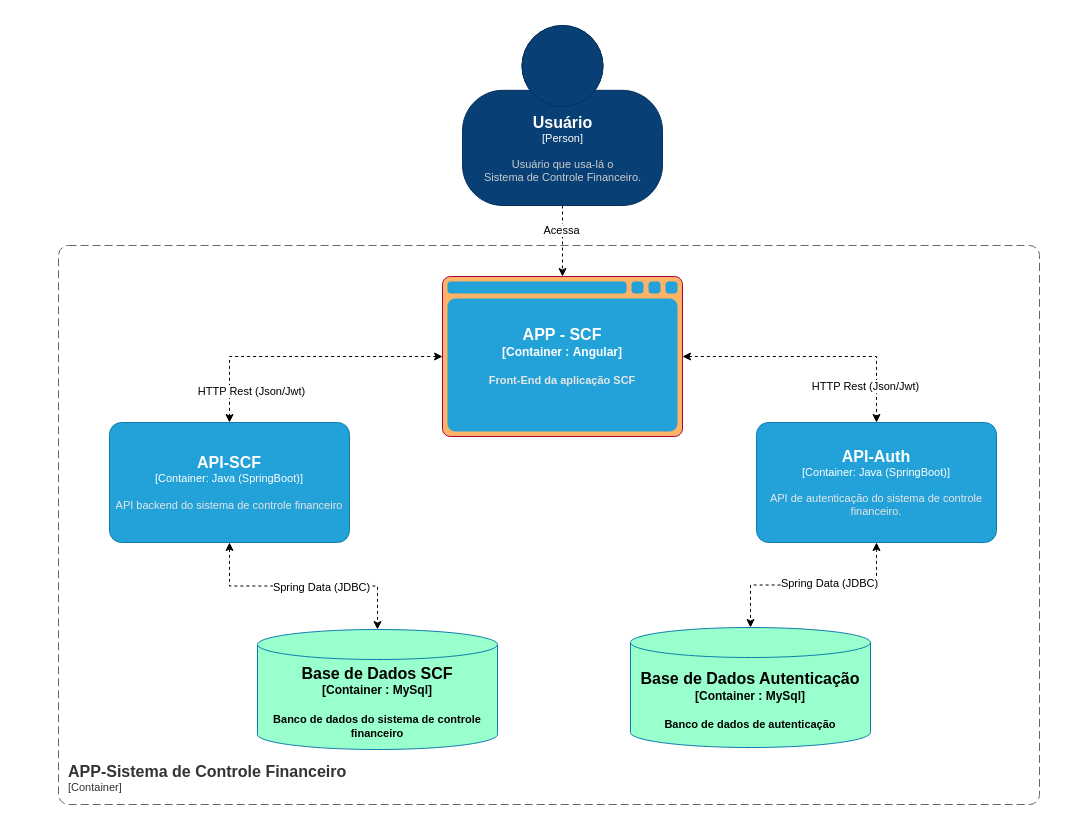
Before: page "Diagrama de Conteiner" (2 of 3) of Arquitetura/Diagramas.drawio in henriquerdq/poc-sistemas-controle-financas, a draw.io diagram. Source tidied: cells renumbered, new cells numbered last; positions are measured from the earlier drawing's top-left corner, leaving out a move shared by most shapes. Both pictures are drawn from the tidied source at 100%, with x=0, y=0 at pixel (58, 25).
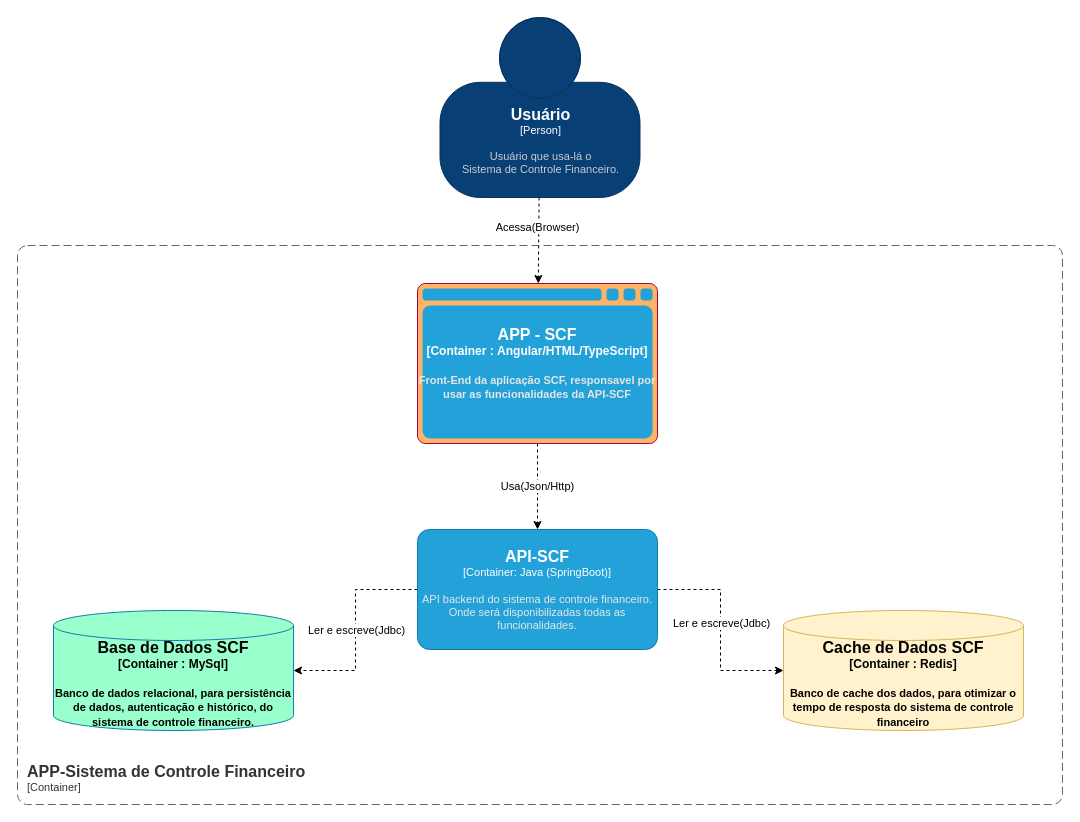
After the change.

Unchanged cells that the change refers to:
```xml
<mxCell id="6" style="rounded=0;jettySize=auto;html=1;dashed=1;fontColor=#000000;" parent="1" edge="1" source="8" target="13">
  <mxGeometry relative="1" as="geometry" />
</mxCell>
```

What changed in the source:
```diff
@@
-    <object id="2" label="&lt;font style=&quot;font-size: 16px&quot;&gt;&lt;b&gt;%c4Type%&lt;/b&gt;&lt;/font&gt;&lt;div&gt;&lt;b&gt;[%c4Container%:&amp;nbsp;%c4Technology%]&lt;/b&gt;&lt;/div&gt;&lt;b&gt;&lt;br&gt;&lt;div&gt;&lt;font style=&quot;font-size: 11px&quot;&gt;&lt;font&gt;%c4Description%&lt;/font&gt;&lt;/font&gt;&lt;/div&gt;&lt;/b&gt;" c4Container="Container " c4Description="Banco de dados do sistema de controle financeiro" c4Technology="MySql" c4Type="Base de Dados SCF" placeholders="1">
+    <object id="2" label="&lt;font style=&quot;font-size: 16px&quot;&gt;&lt;b&gt;%c4Type%&lt;/b&gt;&lt;/font&gt;&lt;div&gt;&lt;b&gt;[%c4Container%:&amp;nbsp;%c4Technology%]&lt;/b&gt;&lt;/div&gt;&lt;b&gt;&lt;br&gt;&lt;div&gt;&lt;font style=&quot;font-size: 11px&quot;&gt;&lt;font&gt;%c4Description%&lt;/font&gt;&lt;/font&gt;&lt;/div&gt;&lt;/b&gt;" c4Container="Container " c4Description="Banco de dados relacional, para persistência de dados, autenticação e histórico, do sistema de controle financeiro." c4Technology="MySql" c4Type="Base de Dados SCF" placeholders="1">
       <mxCell style="shape=cylinder3;size=15;whiteSpace=wrap;html=1;boundedLbl=1;rounded=0;labelBackgroundColor=none;fillColor=#99FFCC;fontSize=12;fontColor=#000000;align=center;strokeColor=#0E7DAD;points=[[0.5,0,0],[1,0.25,0],[1,0.5,0],[1,0.75,0],[0.5,1,0],[0,0.75,0],[0,0.5,0],[0,0.25,0]];" parent="1" vertex="1">
-        <mxGeometry x="199" y="604" width="240" height="120" as="geometry" />
+        <mxGeometry x="-5" y="585" width="240" height="120" as="geometry" />
       </mxCell>
     </object>
+    <mxCell id="19" style="edgeStyle=orthogonalEdgeStyle;rounded=0;jettySize=auto;html=1;dashed=1;" parent="1" edge="1" source="5" target="21">
+      <mxGeometry relative="1" as="geometry" />
+    </mxCell>
-    <mxCell id="3" style="edgeStyle=orthogonalEdgeStyle;rounded=0;jettySize=auto;html=1;dashed=1;fontColor=#000000;startArrow=classic;startFill=1;" parent="1" edge="1" source="5" target="2">
+    <mxCell id="3" style="edgeStyle=orthogonalEdgeStyle;rounded=0;jettySize=auto;html=1;dashed=1;" parent="1" edge="1" source="5" target="2">
       <mxGeometry relative="1" as="geometry" />
     </mxCell>
-    <mxCell id="4" value="Spring Data (JDBC)" style="edgeLabel;html=1;align=center;verticalAlign=middle;fontColor=#000000;" parent="3" vertex="1">
-      <mxGeometry x="0.15" y="-1" relative="1" as="geometry" />
-    </mxCell>
+    <mxCell id="20" value="Ler e escreve(Jdbc)" style="edgeLabel;html=1;align=center;verticalAlign=middle;" parent="3" vertex="1">
+      <mxGeometry x="0.23" y="-2" relative="1" as="geometry">
+        <mxPoint x="2" y="-24" as="offset" />
+      </mxGeometry>
+    </mxCell>
-    <object id="5" label="&lt;font style=&quot;font-size: 16px&quot;&gt;&lt;b&gt;%c4Name%&lt;/b&gt;&lt;/font&gt;&lt;div&gt;[%c4Type%: %c4Technology%]&lt;/div&gt;&lt;br&gt;&lt;div&gt;&lt;font style=&quot;font-size: 11px&quot;&gt;&lt;font color=&quot;#E6E6E6&quot;&gt;%c4Description%&lt;/font&gt;&lt;/div&gt;" c4Description="API backend do sistema de controle financeiro" c4Name="API-SCF" c4Technology="Java (SpringBoot)" c4Type="Container" placeholders="1">
+    <object id="5" label="&lt;font style=&quot;font-size: 16px&quot;&gt;&lt;b&gt;%c4Name%&lt;/b&gt;&lt;/font&gt;&lt;div&gt;[%c4Type%: %c4Technology%]&lt;/div&gt;&lt;br&gt;&lt;div&gt;&lt;font style=&quot;font-size: 11px&quot;&gt;&lt;font color=&quot;#E6E6E6&quot;&gt;%c4Description%&lt;/font&gt;&lt;/div&gt;" c4Description="API backend do sistema de controle financeiro. Onde será disponibilizadas todas as funcionalidades." c4Name="API-SCF" c4Technology="Java (SpringBoot)" c4Type="Container" placeholders="1">
       <mxCell style="rounded=1;whiteSpace=wrap;html=1;fontSize=11;labelBackgroundColor=none;fillColor=#23A2D9;fontColor=#ffffff;align=center;arcSize=10;strokeColor=#0E7DAD;points=[[0.25,0,0],[0.5,0,0],[0.75,0,0],[1,0.25,0],[1,0.5,0],[1,0.75,0],[0.75,1,0],[0.5,1,0],[0.25,1,0],[0,0.75,0],[0,0.5,0],[0,0.25,0]];" parent="1" vertex="1">
-        <mxGeometry x="51" y="397" width="240" height="120" as="geometry" />
+        <mxGeometry x="359" y="504" width="240" height="120" as="geometry" />
       </mxCell>
     </object>
@@
-    <mxCell id="7" value="Acessa" style="edgeLabel;html=1;align=center;verticalAlign=middle;fontColor=#000000;" parent="6" vertex="1">
+    <mxCell id="7" value="Acessa(Browser)" style="edgeLabel;html=1;align=center;verticalAlign=middle;fontColor=#000000;" parent="6" vertex="1">
       <mxGeometry x="-0.11" y="-1" relative="1" as="geometry">
         <mxPoint x="-1" y="-8" as="offset" />
       </mxGeometry>
     </mxCell>
     <object id="8" label="&lt;font style=&quot;font-size: 16px&quot;&gt;&lt;b&gt;%c4Name%&lt;/b&gt;&lt;/font&gt;&lt;div&gt;[%c4Type%]&lt;/div&gt;&lt;br&gt;&lt;div&gt;&lt;font style=&quot;font-size: 11px&quot;&gt;&lt;font color=&quot;#cccccc&quot;&gt;%c4Description%&lt;/font&gt;&lt;/div&gt;" c4Description="Usuário que usa-lá o &#10;Sistema de Controle Financeiro." c4Name="Usuário" c4Type="Person" placeholders="1">
       <mxCell style="html=1;fontSize=11;dashed=0;whitespace=wrap;fillColor=#083F75;strokeColor=#06315C;fontColor=#ffffff;shape=mxgraph.c4.person2;align=center;points=[[0.5,0,0],[1,0.5,0],[1,0.75,0],[0.75,1,0],[0.5,1,0],[0.25,1,0],[0,0.75,0],[0,0.5,0]];" parent="1" vertex="1">
-        <mxGeometry x="404" width="200" height="180" as="geometry" />
+        <mxGeometry x="381.5" y="-8" width="200" height="180" as="geometry" />
       </mxCell>
     </object>
-    <mxCell id="9" style="edgeStyle=orthogonalEdgeStyle;rounded=0;jettySize=auto;html=1;dashed=1;fontColor=#000000;startArrow=classic;startFill=1;exitX=0;exitY=0.5;exitDx=0;exitDy=0;exitPerimeter=0;" parent="1" edge="1" source="13" target="5">
-      <mxGeometry relative="1" as="geometry">
-        <Array as="points">
-          <mxPoint x="171" y="331" />
-        </Array>
-      </mxGeometry>
+    <mxCell id="9" value="Usa(Json/Http)" style="edgeStyle=orthogonalEdgeStyle;rounded=0;jettySize=auto;html=1;entryX=0.5;entryY=0;entryDx=0;entryDy=0;entryPerimeter=0;dashed=1;" parent="1" edge="1" source="13" target="5">
+      <mxGeometry relative="1" as="geometry" />
     </mxCell>
-    <mxCell id="10" value="HTTP Rest (Json/Jwt)" style="edgeLabel;html=1;align=center;verticalAlign=middle;fontColor=#000000;" parent="9" vertex="1">
-      <mxGeometry x="-0.53" relative="1" as="geometry">
-        <mxPoint x="-126" y="34" as="offset" />
-      </mxGeometry>
-    </mxCell>
-    <mxCell id="11" style="edgeStyle=orthogonalEdgeStyle;rounded=0;jettySize=auto;html=1;dashed=1;fontColor=#000000;startArrow=classic;startFill=1;entryX=0.5;entryY=0;entryDx=0;entryDy=0;entryPerimeter=0;" parent="1" edge="1" source="13" target="16">
-      <mxGeometry relative="1" as="geometry" />
-    </mxCell>
-    <mxCell id="12" value="HTTP Rest (Json/Jwt)" style="edgeLabel;html=1;align=center;verticalAlign=middle;fontColor=#000000;" parent="11" vertex="1">
-      <mxGeometry x="0.32" y="-2" relative="1" as="geometry">
-        <mxPoint x="10" y="27" as="offset" />
-      </mxGeometry>
-    </mxCell>
-    <object id="13" label="&lt;font style=&quot;font-size: 16px&quot;&gt;&lt;b&gt;%c4Type%&lt;/font&gt;&lt;div&gt;[%c4Container%:&amp;nbsp;%c4Technology%]&lt;/div&gt;&lt;br&gt;&lt;div&gt;&lt;font style=&quot;font-size: 11px&quot;&gt;&lt;font color=&quot;#E6E6E6&quot;&gt;%c4Description%&lt;/font&gt;&lt;/div&gt;" c4Container="Container " c4Description="Front-End da aplicação SCF" c4Technology="Angular" c4Type="APP - SCF" placeholders="1">
+    <object id="13" label="&lt;font style=&quot;font-size: 16px&quot;&gt;&lt;b&gt;%c4Type%&lt;/font&gt;&lt;div&gt;[%c4Container%:&amp;nbsp;%c4Technology%]&lt;/div&gt;&lt;br&gt;&lt;div&gt;&lt;font style=&quot;font-size: 11px&quot;&gt;&lt;font color=&quot;#E6E6E6&quot;&gt;%c4Description%&lt;/font&gt;&lt;/div&gt;" c4Container="Container " c4Description="Front-End da aplicação SCF, responsavel por usar as funcionalidades da API-SCF" c4Technology="Angular/HTML/TypeScript" c4Type="APP - SCF" placeholders="1">
       <mxCell style="shape=mxgraph.c4.webBrowserContainer;whiteSpace=wrap;html=1;boundedLbl=1;rounded=0;labelBackgroundColor=none;fillColor=#FFB366;fontSize=12;align=center;strokeColor=#A50040;points=[[0.5,0,0],[1,0.25,0],[1,0.5,0],[1,0.75,0],[0.5,1,0],[0,0.75,0],[0,0.5,0],[0,0.25,0]];fontColor=#ffffff;fillStyle=auto;" parent="1" vertex="1">
-        <mxGeometry x="384" y="251" width="240" height="160" as="geometry" />
+        <mxGeometry x="359" y="258" width="240" height="160" as="geometry" />
       </mxCell>
     </object>
-    <mxCell id="14" style="edgeStyle=orthogonalEdgeStyle;rounded=0;jettySize=auto;html=1;startArrow=classic;startFill=1;dashed=1;" parent="1" edge="1" source="16" target="18">
-      <mxGeometry relative="1" as="geometry" />
-    </mxCell>
-    <mxCell id="15" value="Spring Data (JDBC)" style="edgeLabel;html=1;align=center;verticalAlign=middle;" parent="14" vertex="1">
-      <mxGeometry x="-0.14" y="-2" relative="1" as="geometry">
-        <mxPoint x="1" as="offset" />
-      </mxGeometry>
-    </mxCell>
-    <object id="16" label="&lt;font style=&quot;font-size: 16px&quot;&gt;&lt;b&gt;%c4Name%&lt;/b&gt;&lt;/font&gt;&lt;div&gt;[%c4Type%: %c4Technology%]&lt;/div&gt;&lt;br&gt;&lt;div&gt;&lt;font style=&quot;font-size: 11px&quot;&gt;&lt;font color=&quot;#E6E6E6&quot;&gt;%c4Description%&lt;/font&gt;&lt;/div&gt;" c4Description="API de autenticação do sistema de controle financeiro." c4Name="API-Auth" c4Technology="Java (SpringBoot)" c4Type="Container" placeholders="1">
-      <mxCell style="rounded=1;whiteSpace=wrap;html=1;fontSize=11;labelBackgroundColor=none;fillColor=#23A2D9;fontColor=#ffffff;align=center;arcSize=10;strokeColor=#0E7DAD;points=[[0.25,0,0],[0.5,0,0],[0.75,0,0],[1,0.25,0],[1,0.5,0],[1,0.75,0],[0.75,1,0],[0.5,1,0],[0.25,1,0],[0,0.75,0],[0,0.5,0],[0,0.25,0]];" parent="1" vertex="1">
-        <mxGeometry x="698" y="397" width="240" height="120" as="geometry" />
-      </mxCell>
-    </object>
     <object id="17" label="&lt;font style=&quot;font-size: 16px&quot;&gt;&lt;b&gt;&lt;div style=&quot;text-align: left&quot;&gt;%c4Name%&lt;/div&gt;&lt;/b&gt;&lt;/font&gt;&lt;div style=&quot;text-align: left&quot;&gt;[%c4Application%]&lt;/div&gt;" c4Application="Container" c4Name="APP-Sistema de Controle Financeiro" placeholders="1">
       <mxCell style="rounded=1;fontSize=11;whiteSpace=wrap;html=1;dashed=1;arcSize=20;fillColor=none;strokeColor=#666666;fontColor=#333333;labelBackgroundColor=none;align=left;verticalAlign=bottom;labelBorderColor=none;spacingTop=0;spacing=10;dashPattern=8 4;perimeter=rectanglePerimeter;noLabel=0;labelPadding=0;absoluteArcSize=1;fillStyle=auto;" parent="1" vertex="1">
-        <mxGeometry y="220" width="981" height="559" as="geometry" />
+        <mxGeometry x="-41" y="220" width="1045" height="559" as="geometry" />
       </mxCell>
     </object>
-    <object id="18" label="&lt;font style=&quot;font-size: 16px&quot;&gt;&lt;b&gt;%c4Type%&lt;/b&gt;&lt;/font&gt;&lt;div&gt;&lt;b&gt;[%c4Container%:&amp;nbsp;%c4Technology%]&lt;/b&gt;&lt;/div&gt;&lt;b&gt;&lt;br&gt;&lt;div&gt;&lt;font style=&quot;font-size: 11px&quot;&gt;&lt;font&gt;%c4Description%&lt;/font&gt;&lt;/font&gt;&lt;/div&gt;&lt;/b&gt;" c4Container="Container " c4Description="Banco de dados de autenticação" c4Technology="MySql" c4Type="Base de Dados Autenticação" placeholders="1">
-      <mxCell style="shape=cylinder3;size=15;whiteSpace=wrap;html=1;boundedLbl=1;rounded=0;labelBackgroundColor=none;fillColor=#99FFCC;fontSize=12;fontColor=#000000;align=center;strokeColor=#0E7DAD;points=[[0.5,0,0],[1,0.25,0],[1,0.5,0],[1,0.75,0],[0.5,1,0],[0,0.75,0],[0,0.5,0],[0,0.25,0]];" parent="1" vertex="1">
-        <mxGeometry x="572" y="602" width="240" height="120" as="geometry" />
-      </mxCell>
-    </object>
+    <object id="21" label="&lt;font style=&quot;font-size: 16px&quot;&gt;&lt;b&gt;%c4Type%&lt;/b&gt;&lt;/font&gt;&lt;div&gt;&lt;b&gt;[%c4Container%:&amp;nbsp;%c4Technology%]&lt;/b&gt;&lt;/div&gt;&lt;b&gt;&lt;br&gt;&lt;div&gt;&lt;font style=&quot;font-size: 11px&quot;&gt;&lt;font&gt;%c4Description%&lt;/font&gt;&lt;/font&gt;&lt;/div&gt;&lt;/b&gt;" c4Container="Container " c4Description="Banco de cache dos dados, para otimizar o tempo de resposta do sistema de controle financeiro" c4Technology="Redis" c4Type="Cache de Dados SCF" placeholders="1">
+      <mxCell style="shape=cylinder3;size=15;whiteSpace=wrap;html=1;boundedLbl=1;rounded=0;labelBackgroundColor=none;fillColor=#fff2cc;fontSize=12;align=center;strokeColor=#d6b656;points=[[0.5,0,0],[1,0.25,0],[1,0.5,0],[1,0.75,0],[0.5,1,0],[0,0.75,0],[0,0.5,0],[0,0.25,0]];" parent="1" vertex="1">
+        <mxGeometry x="725" y="585" width="240" height="120" as="geometry" />
+      </mxCell>
+    </object>
+    <mxCell id="22" value="&lt;span style=&quot;color: rgb(0, 0, 0); font-family: Helvetica; font-size: 11px; font-style: normal; font-variant-ligatures: normal; font-variant-caps: normal; font-weight: 400; letter-spacing: normal; orphans: 2; text-align: center; text-indent: 0px; text-transform: none; widows: 2; word-spacing: 0px; -webkit-text-stroke-width: 0px; background-color: rgb(255, 255, 255); text-decoration-thickness: initial; text-decoration-style: initial; text-decoration-color: initial; float: none; display: inline !important;&quot;&gt;Ler e escreve(Jdbc)&lt;/span&gt;" style="edgeLabel;html=1;align=center;verticalAlign=middle;" parent="1" vertex="1">
+      <mxGeometry x="662" y="597" as="geometry" />
+    </mxCell>
```
